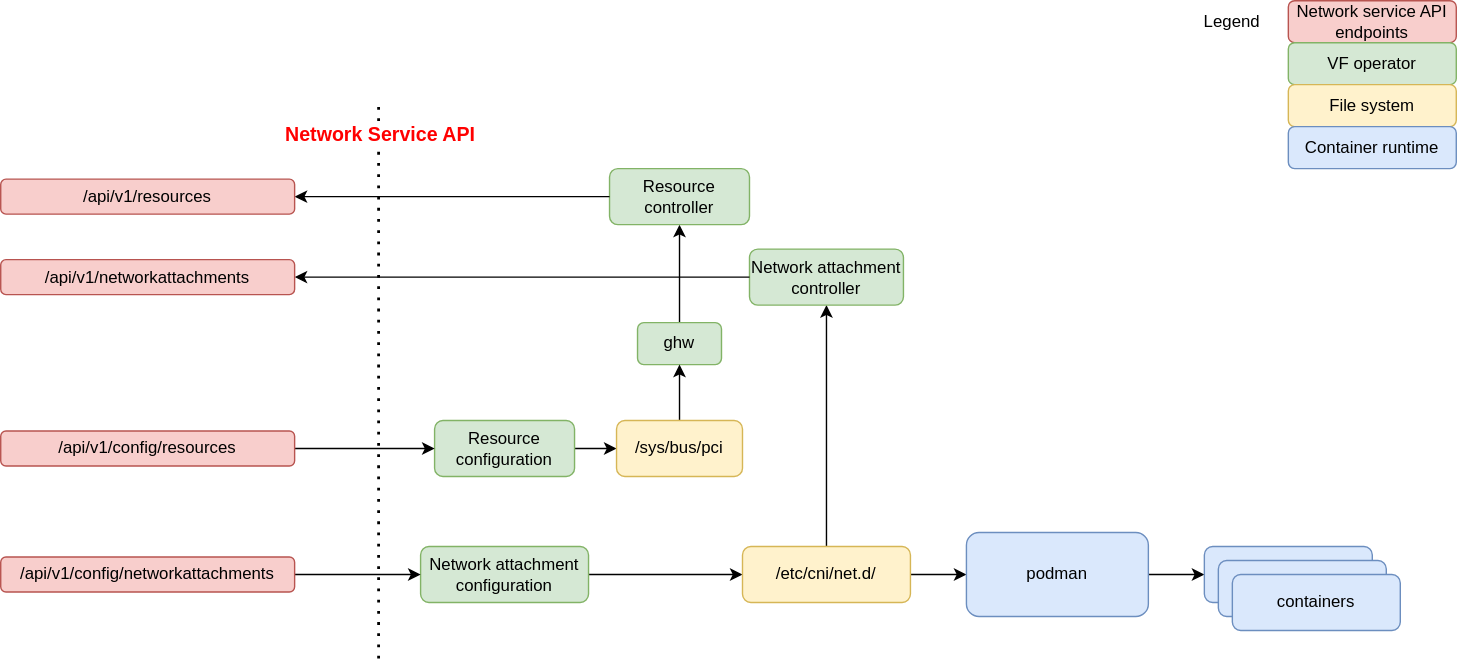
Above: docs/images/vf-operator.svg in sriramy/vf-operator (draw.io), before the change. Source tidied: cells renumbered, new cells last; positions are measured from the earlier drawing's top-left corner, leaving out a move shared by most shapes. Source of this version:
```xml
<mxGraphModel>
  <root>
    <mxCell id="0" />
    <mxCell id="1" parent="0" />
    <mxCell id="2" style="edgeStyle=orthogonalEdgeStyle;rounded=0;jettySize=auto;html=1;entryX=0;entryY=0.5;entryDx=0;entryDy=0;exitX=1;exitY=0.5;exitDx=0;exitDy=0;" parent="1" edge="1" source="3" target="7">
      <mxGeometry relative="1" as="geometry" />
    </mxCell>
    <mxCell id="3" value="Resource configuration" style="rounded=1;whiteSpace=wrap;html=1;fillColor=#d5e8d4;strokeColor=#82b366;" parent="1" vertex="1">
      <mxGeometry x="310" y="300" width="100" height="40" as="geometry" />
    </mxCell>
    <mxCell id="4" style="edgeStyle=orthogonalEdgeStyle;rounded=0;jettySize=auto;html=1;entryX=0.5;entryY=1;entryDx=0;entryDy=0;" parent="1" edge="1" source="5" target="19">
      <mxGeometry relative="1" as="geometry" />
    </mxCell>
    <mxCell id="5" value="ghw" style="rounded=1;whiteSpace=wrap;html=1;fillColor=#d5e8d4;strokeColor=#82b366;" parent="1" vertex="1">
      <mxGeometry x="455" y="230" width="60" height="30" as="geometry" />
    </mxCell>
    <mxCell id="6" style="edgeStyle=orthogonalEdgeStyle;rounded=0;jettySize=auto;html=1;" parent="1" edge="1" source="7" target="5">
      <mxGeometry relative="1" as="geometry" />
    </mxCell>
    <mxCell id="7" value="/sys/bus/pci" style="rounded=1;whiteSpace=wrap;html=1;fillColor=#fff2cc;strokeColor=#d6b656;" parent="1" vertex="1">
      <mxGeometry x="440" y="300" width="90" height="40" as="geometry" />
    </mxCell>
    <mxCell id="8" style="edgeStyle=orthogonalEdgeStyle;rounded=0;jettySize=auto;html=1;entryX=0;entryY=0.5;entryDx=0;entryDy=0;" parent="1" edge="1" source="9" target="12">
      <mxGeometry relative="1" as="geometry" />
    </mxCell>
    <mxCell id="9" value="Network attachment configuration" style="rounded=1;whiteSpace=wrap;html=1;fillColor=#d5e8d4;strokeColor=#82b366;" parent="1" vertex="1">
      <mxGeometry x="300" y="390" width="120" height="40" as="geometry" />
    </mxCell>
    <mxCell id="10" style="edgeStyle=orthogonalEdgeStyle;rounded=0;jettySize=auto;html=1;entryX=0;entryY=0.5;entryDx=0;entryDy=0;" parent="1" edge="1" source="12" target="14">
      <mxGeometry relative="1" as="geometry" />
    </mxCell>
    <mxCell id="11" style="edgeStyle=orthogonalEdgeStyle;rounded=0;jettySize=auto;html=1;entryX=0.5;entryY=1;entryDx=0;entryDy=0;" parent="1" edge="1" source="12" target="20">
      <mxGeometry relative="1" as="geometry" />
    </mxCell>
    <mxCell id="12" value="/etc/cni/net.d/" style="rounded=1;whiteSpace=wrap;html=1;fillColor=#fff2cc;strokeColor=#d6b656;" parent="1" vertex="1">
      <mxGeometry x="530" y="390" width="120" height="40" as="geometry" />
    </mxCell>
    <mxCell id="13" style="edgeStyle=orthogonalEdgeStyle;rounded=0;jettySize=auto;html=1;entryX=0;entryY=0.5;entryDx=0;entryDy=0;" parent="1" edge="1" source="14" target="16">
      <mxGeometry relative="1" as="geometry" />
    </mxCell>
    <mxCell id="14" value="podman" style="rounded=1;whiteSpace=wrap;html=1;fillColor=#dae8fc;strokeColor=#6c8ebf;" parent="1" vertex="1">
      <mxGeometry x="690" y="380" width="130" height="60" as="geometry" />
    </mxCell>
    <mxCell id="15" style="group;" parent="1" vertex="1">
      <mxGeometry x="860" y="390" width="140" height="60" as="geometry" />
    </mxCell>
    <mxCell id="16" value="containers" style="rounded=1;whiteSpace=wrap;html=1;fillColor=#dae8fc;strokeColor=#6c8ebf;" parent="15" vertex="1">
      <mxGeometry width="120" height="40" as="geometry" />
    </mxCell>
    <mxCell id="17" value="containers" style="rounded=1;whiteSpace=wrap;html=1;fillColor=#dae8fc;strokeColor=#6c8ebf;" parent="15" vertex="1">
      <mxGeometry x="10" y="10" width="120" height="40" as="geometry" />
    </mxCell>
    <mxCell id="18" value="containers" style="rounded=1;whiteSpace=wrap;html=1;fillColor=#dae8fc;strokeColor=#6c8ebf;" parent="15" vertex="1">
      <mxGeometry x="20" y="20" width="120" height="40" as="geometry" />
    </mxCell>
    <mxCell id="19" value="Resource controller" style="rounded=1;whiteSpace=wrap;html=1;fillColor=#d5e8d4;strokeColor=#82b366;" parent="1" vertex="1">
      <mxGeometry x="435" y="120" width="100" height="40" as="geometry" />
    </mxCell>
    <mxCell id="20" value="Network attachment controller" style="rounded=1;whiteSpace=wrap;html=1;fillColor=#d5e8d4;strokeColor=#82b366;" parent="1" vertex="1">
      <mxGeometry x="535" y="177.5" width="110" height="40" as="geometry" />
    </mxCell>
    <mxCell id="21" style="endArrow=none;dashed=1;html=1;dashPattern=1 3;strokeWidth=2;rounded=0;" parent="1" edge="1">
      <mxGeometry relative="1" as="geometry">
        <mxPoint x="270" y="470" as="sourcePoint" />
        <mxPoint x="270" y="70" as="targetPoint" />
      </mxGeometry>
    </mxCell>
    <mxCell id="22" value="&lt;font color=&quot;#ff0000&quot; style=&quot;font-size: 14px;&quot;&gt;&lt;b&gt;Network Service API&lt;/b&gt;&lt;/font&gt;" style="edgeLabel;html=1;align=center;verticalAlign=middle;" parent="21" vertex="1">
      <mxGeometry x="0.88" relative="1" as="geometry" />
    </mxCell>
    <mxCell id="23" style="edgeStyle=orthogonalEdgeStyle;rounded=0;jettySize=auto;html=1;entryX=0;entryY=0.5;entryDx=0;entryDy=0;startArrow=classic;startFill=1;endArrow=none;endFill=0;" parent="1" edge="1" source="24" target="19">
      <mxGeometry relative="1" as="geometry" />
    </mxCell>
    <mxCell id="24" value="/api/v1/resources" style="rounded=1;whiteSpace=wrap;html=1;fillColor=#f8cecc;strokeColor=#b85450;" parent="1" vertex="1">
      <mxGeometry y="127.5" width="210" height="25" as="geometry" />
    </mxCell>
    <mxCell id="25" style="edgeStyle=orthogonalEdgeStyle;rounded=0;jettySize=auto;html=1;entryX=0;entryY=0.5;entryDx=0;entryDy=0;startArrow=none;startFill=0;" parent="1" edge="1" source="26" target="9">
      <mxGeometry relative="1" as="geometry" />
    </mxCell>
    <mxCell id="26" value="/api/v1/config/networkattachments" style="rounded=1;whiteSpace=wrap;html=1;fillColor=#f8cecc;strokeColor=#b85450;" parent="1" vertex="1">
      <mxGeometry y="397.5" width="210" height="25" as="geometry" />
    </mxCell>
    <mxCell id="27" style="edgeStyle=orthogonalEdgeStyle;rounded=0;jettySize=auto;html=1;startArrow=classic;startFill=1;endArrow=none;endFill=0;" parent="1" edge="1" source="28" target="20">
      <mxGeometry relative="1" as="geometry" />
    </mxCell>
    <mxCell id="28" value="/api/v1/networkattachments" style="rounded=1;whiteSpace=wrap;html=1;fillColor=#f8cecc;strokeColor=#b85450;" parent="1" vertex="1">
      <mxGeometry y="185" width="210" height="25" as="geometry" />
    </mxCell>
    <mxCell id="29" style="edgeStyle=orthogonalEdgeStyle;rounded=0;jettySize=auto;html=1;startArrow=none;startFill=0;" parent="1" edge="1" source="30" target="3">
      <mxGeometry relative="1" as="geometry" />
    </mxCell>
    <mxCell id="30" value="/api/v1/config/resources" style="rounded=1;whiteSpace=wrap;html=1;fillColor=#f8cecc;strokeColor=#b85450;" parent="1" vertex="1">
      <mxGeometry y="307.5" width="210" height="25" as="geometry" />
    </mxCell>
    <mxCell id="31" value="Network service API&lt;br&gt;endpoints" style="rounded=1;whiteSpace=wrap;html=1;fillColor=#f8cecc;strokeColor=#b85450;" parent="1" vertex="1">
      <mxGeometry x="920" width="120" height="30" as="geometry" />
    </mxCell>
    <mxCell id="32" value="VF operator" style="rounded=1;whiteSpace=wrap;html=1;fillColor=#d5e8d4;strokeColor=#82b366;" parent="1" vertex="1">
      <mxGeometry x="920" y="30" width="120" height="30" as="geometry" />
    </mxCell>
    <mxCell id="33" value="File system" style="rounded=1;whiteSpace=wrap;html=1;fillColor=#fff2cc;strokeColor=#d6b656;" parent="1" vertex="1">
      <mxGeometry x="920" y="60" width="120" height="30" as="geometry" />
    </mxCell>
    <mxCell id="34" value="Container runtime" style="rounded=1;whiteSpace=wrap;html=1;fillColor=#dae8fc;strokeColor=#6c8ebf;" parent="1" vertex="1">
      <mxGeometry x="920" y="90" width="120" height="30" as="geometry" />
    </mxCell>
    <mxCell id="35" value="Legend" style="text;html=1;strokeColor=none;fillColor=none;align=center;verticalAlign=middle;whiteSpace=wrap;rounded=0;" parent="1" vertex="1">
      <mxGeometry x="850" width="60" height="30" as="geometry" />
    </mxCell>
  </root>
</mxGraphModel>
```
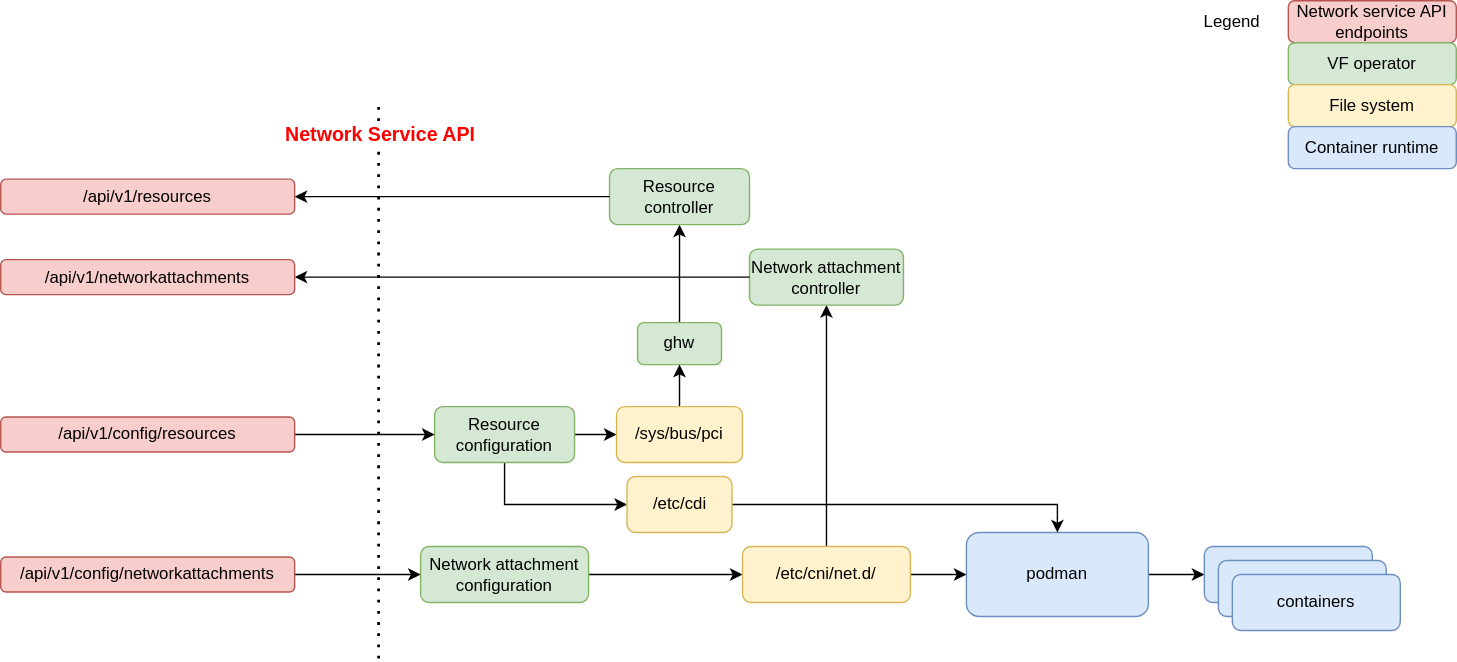
Later version of the same file.

What changed in the source:
```diff
@@ -5,8 +5,15 @@
     <mxCell id="2" style="edgeStyle=orthogonalEdgeStyle;rounded=0;jettySize=auto;html=1;entryX=0;entryY=0.5;entryDx=0;entryDy=0;exitX=1;exitY=0.5;exitDx=0;exitDy=0;" parent="1" edge="1" source="3" target="7">
       <mxGeometry relative="1" as="geometry" />
     </mxCell>
+    <mxCell id="36" style="edgeStyle=orthogonalEdgeStyle;rounded=0;jettySize=auto;html=1;entryX=0;entryY=0.5;entryDx=0;entryDy=0;" parent="1" edge="1" source="3" target="38">
+      <mxGeometry relative="1" as="geometry">
+        <Array as="points">
+          <mxPoint x="360" y="360" />
+        </Array>
+      </mxGeometry>
+    </mxCell>
     <mxCell id="3" value="Resource configuration" style="rounded=1;whiteSpace=wrap;html=1;fillColor=#d5e8d4;strokeColor=#82b366;" parent="1" vertex="1">
-      <mxGeometry x="310" y="300" width="100" height="40" as="geometry" />
+      <mxGeometry x="310" y="290" width="100" height="40" as="geometry" />
     </mxCell>
     <mxCell id="4" style="edgeStyle=orthogonalEdgeStyle;rounded=0;jettySize=auto;html=1;entryX=0.5;entryY=1;entryDx=0;entryDy=0;" parent="1" edge="1" source="5" target="19">
       <mxGeometry relative="1" as="geometry" />
@@ -18,7 +25,7 @@
       <mxGeometry relative="1" as="geometry" />
     </mxCell>
     <mxCell id="7" value="/sys/bus/pci" style="rounded=1;whiteSpace=wrap;html=1;fillColor=#fff2cc;strokeColor=#d6b656;" parent="1" vertex="1">
-      <mxGeometry x="440" y="300" width="90" height="40" as="geometry" />
+      <mxGeometry x="440" y="290" width="90" height="40" as="geometry" />
     </mxCell>
     <mxCell id="8" style="edgeStyle=orthogonalEdgeStyle;rounded=0;jettySize=auto;html=1;entryX=0;entryY=0.5;entryDx=0;entryDy=0;" parent="1" edge="1" source="9" target="12">
       <mxGeometry relative="1" as="geometry" />
@@ -90,7 +97,7 @@
       <mxGeometry relative="1" as="geometry" />
     </mxCell>
     <mxCell id="30" value="/api/v1/config/resources" style="rounded=1;whiteSpace=wrap;html=1;fillColor=#f8cecc;strokeColor=#b85450;" parent="1" vertex="1">
-      <mxGeometry y="307.5" width="210" height="25" as="geometry" />
+      <mxGeometry y="297.5" width="210" height="25" as="geometry" />
     </mxCell>
     <mxCell id="31" value="Network service API&lt;br&gt;endpoints" style="rounded=1;whiteSpace=wrap;html=1;fillColor=#f8cecc;strokeColor=#b85450;" parent="1" vertex="1">
       <mxGeometry x="920" width="120" height="30" as="geometry" />
@@ -107,5 +114,11 @@
     <mxCell id="35" value="Legend" style="text;html=1;strokeColor=none;fillColor=none;align=center;verticalAlign=middle;whiteSpace=wrap;rounded=0;" parent="1" vertex="1">
       <mxGeometry x="850" width="60" height="30" as="geometry" />
     </mxCell>
+    <mxCell id="37" style="edgeStyle=orthogonalEdgeStyle;rounded=0;jettySize=auto;html=1;entryX=0.5;entryY=0;entryDx=0;entryDy=0;" parent="1" edge="1" source="38" target="14">
+      <mxGeometry relative="1" as="geometry" />
+    </mxCell>
+    <mxCell id="38" value="/etc/cdi" style="rounded=1;whiteSpace=wrap;html=1;fillColor=#fff2cc;strokeColor=#d6b656;" parent="1" vertex="1">
+      <mxGeometry x="447.5" y="340" width="75" height="40" as="geometry" />
+    </mxCell>
   </root>
 </mxGraphModel>
```
